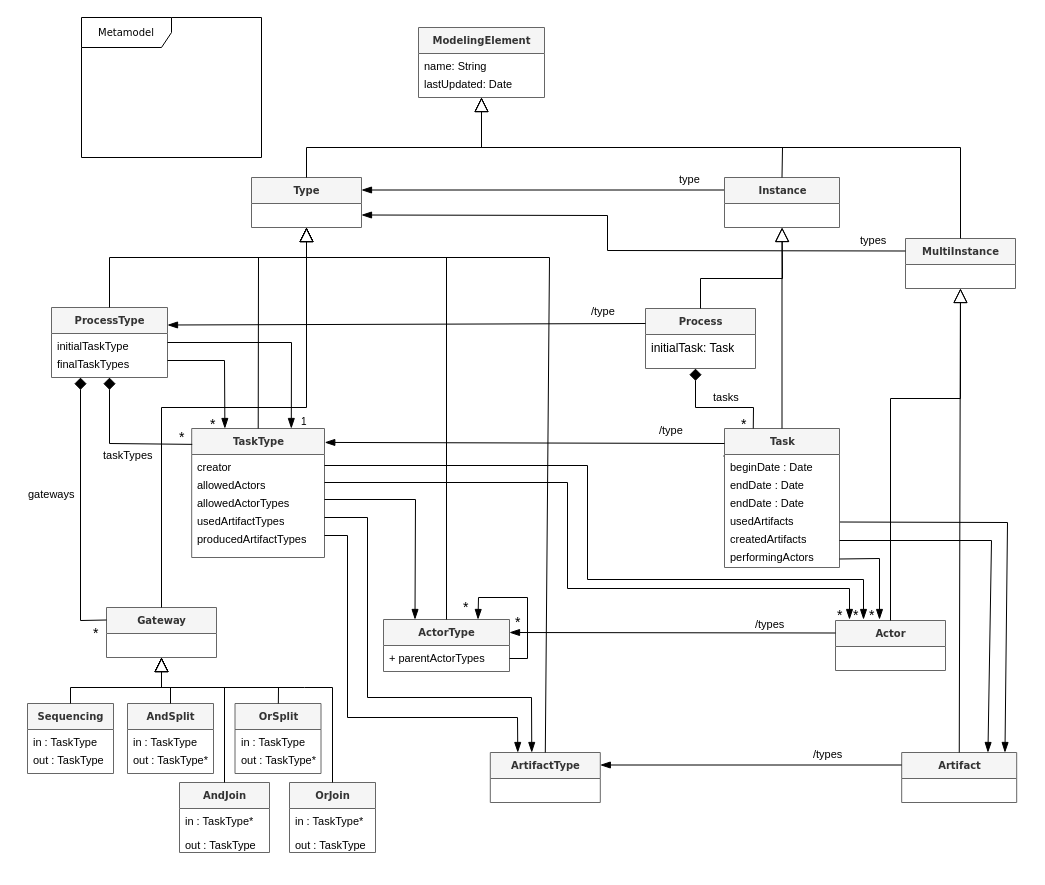
labsticc-p4s/multi-process-challenge keeps this draw.io diagram as Figures/Metamodel.drawio. Above is the earlier version. Source tidied: cells renumbered, new cells numbered last; positions are measured from the earlier drawing's top-left corner, leaving out a move shared by most shapes. Both pictures are drawn from the tidied source at 100%, with x=0, y=0 at pixel (22, 17).
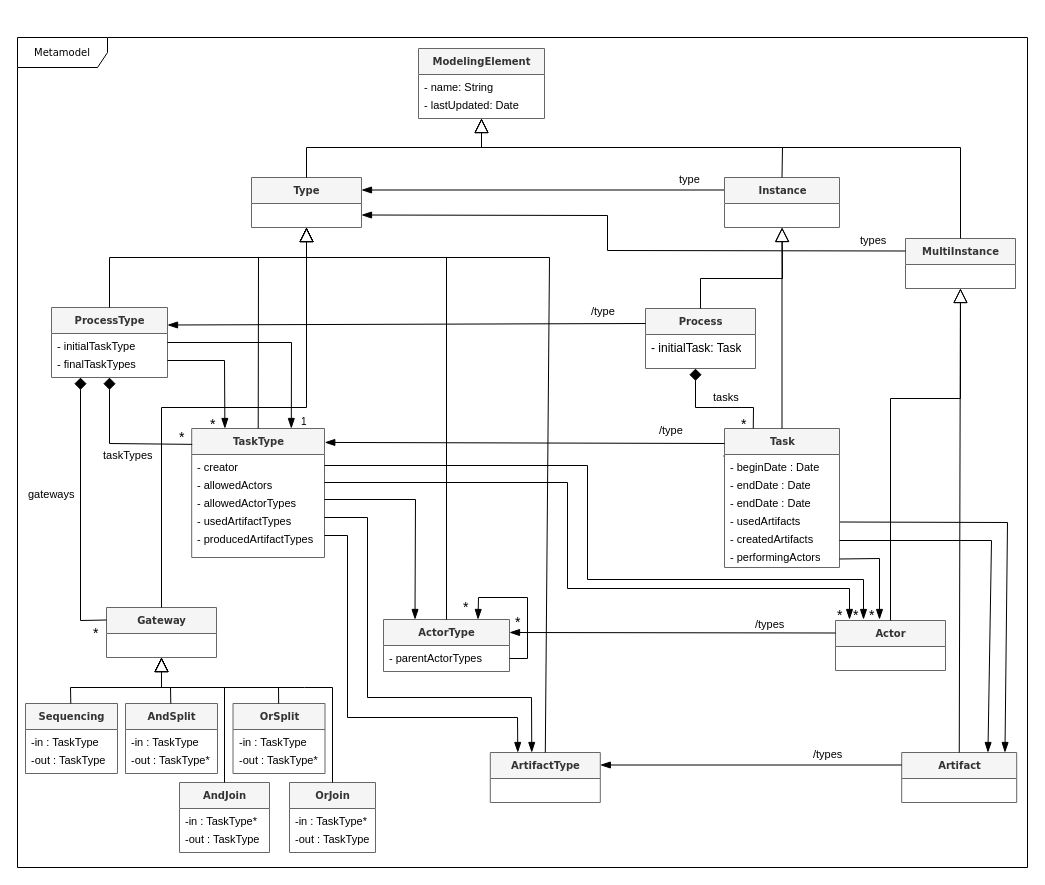
Above is the later version.

Unchanged cells that the change refers to:
```xml
<mxCell id="25" value="&lt;b&gt;ProcessType&lt;/b&gt;" style="swimlane;html=1;fontStyle=0;horizontal=1;startSize=26;fillColor=#f5f5f5;swimlaneFillColor=#ffffff;rounded=0;shadow=0;comic=0;labelBackgroundColor=none;strokeWidth=1;fontFamily=Verdana;fontSize=10;align=center;strokeColor=#666666;fontColor=#333333;" parent="1" vertex="1">
  <mxGeometry x="29" y="290" width="116" height="70" as="geometry" />
</mxCell>
<mxCell id="29" value="&lt;b&gt;TaskType&lt;/b&gt;" style="swimlane;html=1;fontStyle=0;horizontal=1;startSize=26;fillColor=#f5f5f5;swimlaneFillColor=#ffffff;rounded=0;shadow=0;comic=0;labelBackgroundColor=none;strokeWidth=1;fontFamily=Verdana;fontSize=10;align=center;strokeColor=#666666;fontColor=#333333;" parent="1" vertex="1">
  <mxGeometry x="169.2" y="411" width="132.8" height="129" as="geometry" />
</mxCell>
<mxCell id="39" value="&lt;b&gt;ActorType&lt;/b&gt;" style="swimlane;html=1;fontStyle=0;horizontal=1;startSize=26;fillColor=#f5f5f5;swimlaneFillColor=#ffffff;rounded=0;shadow=0;comic=0;labelBackgroundColor=none;strokeWidth=1;fontFamily=Verdana;fontSize=10;align=center;strokeColor=#666666;fontColor=#333333;" parent="1" vertex="1">
  <mxGeometry x="361" y="602" width="126" height="52" as="geometry" />
</mxCell>
<mxCell id="47" value="&lt;b&gt;Process&lt;/b&gt;" style="swimlane;html=1;fontStyle=0;horizontal=1;startSize=26;fillColor=#f5f5f5;swimlaneFillColor=#ffffff;rounded=0;shadow=0;comic=0;labelBackgroundColor=none;strokeWidth=1;fontFamily=Verdana;fontSize=10;align=center;strokeColor=#666666;fontColor=#333333;" parent="1" vertex="1">
  <mxGeometry x="623" y="291" width="110" height="60" as="geometry" />
</mxCell>
<mxCell id="51" value="&lt;b&gt;Task&lt;/b&gt;" style="swimlane;html=1;fontStyle=0;horizontal=1;startSize=26;fillColor=#f5f5f5;swimlaneFillColor=#ffffff;rounded=0;shadow=0;comic=0;labelBackgroundColor=none;strokeWidth=1;fontFamily=Verdana;fontSize=10;align=center;strokeColor=#666666;fontColor=#333333;" parent="1" vertex="1">
  <mxGeometry x="702" y="411" width="115" height="139" as="geometry" />
</mxCell>
<mxCell id="81" value="&lt;b&gt;AndJoin&lt;/b&gt;" style="swimlane;html=1;fontStyle=0;horizontal=1;startSize=26;fillColor=#f5f5f5;swimlaneFillColor=#ffffff;rounded=0;shadow=0;comic=0;labelBackgroundColor=none;strokeWidth=1;fontFamily=Verdana;fontSize=10;align=center;strokeColor=#666666;fontColor=#333333;" parent="1" vertex="1">
  <mxGeometry x="157" y="765" width="90" height="70" as="geometry" />
</mxCell>
<mxCell id="84" value="&lt;b&gt;OrJoin&lt;/b&gt;" style="swimlane;html=1;fontStyle=0;horizontal=1;startSize=26;fillColor=#f5f5f5;swimlaneFillColor=#ffffff;rounded=0;shadow=0;comic=0;labelBackgroundColor=none;strokeWidth=1;fontFamily=Verdana;fontSize=10;align=center;strokeColor=#666666;fontColor=#333333;" parent="1" vertex="1">
  <mxGeometry x="267" y="765" width="86" height="70" as="geometry" />
</mxCell>
```

Diff of the diagram source:
```diff
@@
     <mxCell id="11" value="Metamodel" style="shape=umlFrame;whiteSpace=wrap;html=1;rounded=0;shadow=0;comic=0;labelBackgroundColor=none;strokeWidth=1;fontFamily=Verdana;fontSize=10;align=center;width=90;height=30;" parent="1" vertex="1">
-      <mxGeometry x="59" width="180" height="140" as="geometry" />
+      <mxGeometry x="-5" y="20" width="1010" height="830" as="geometry" />
     </mxCell>
     <mxCell id="12" value="&lt;b&gt;ModelingElement&lt;/b&gt;" style="swimlane;html=1;fontStyle=0;horizontal=1;startSize=26;fillColor=#f5f5f5;swimlaneFillColor=#ffffff;rounded=0;shadow=0;comic=0;labelBackgroundColor=none;strokeWidth=1;fontFamily=Verdana;fontSize=10;align=center;strokeColor=#666666;fontColor=#333333;" parent="1" vertex="1">
-      <mxGeometry x="396" y="10" width="126" height="70" as="geometry" />
+      <mxGeometry x="396" y="31" width="126" height="70" as="geometry" />
     </mxCell>
-    <mxCell id="13" value="name: String" style="text;html=1;strokeColor=none;fillColor=none;align=left;verticalAlign=top;spacingLeft=4;spacingRight=4;whiteSpace=wrap;overflow=hidden;fontSize=11;" parent="12" vertex="1">
+    <mxCell id="13" value="- name: String" style="text;html=1;strokeColor=none;fillColor=none;align=left;verticalAlign=top;spacingLeft=4;spacingRight=4;whiteSpace=wrap;overflow=hidden;fontSize=11;" parent="12" vertex="1">
       <mxGeometry y="26" width="126" height="18" as="geometry" />
     </mxCell>
-    <mxCell id="14" value="lastUpdated: Date" style="text;html=1;strokeColor=none;fillColor=none;align=left;verticalAlign=top;spacingLeft=4;spacingRight=4;whiteSpace=wrap;overflow=hidden;fontSize=11;" parent="12" vertex="1">
+    <mxCell id="14" value="- lastUpdated: Date" style="text;html=1;strokeColor=none;fillColor=none;align=left;verticalAlign=top;spacingLeft=4;spacingRight=4;whiteSpace=wrap;overflow=hidden;fontSize=11;" parent="12" vertex="1">
       <mxGeometry y="44" width="126" height="18" as="geometry" />
     </mxCell>
@@
-    <mxCell id="26" value="initialTaskType" style="text;html=1;strokeColor=none;fillColor=none;align=left;verticalAlign=top;spacingLeft=4;spacingRight=4;whiteSpace=wrap;overflow=hidden;points=[[0,0.5],[1,0.5]];portConstraint=eastwest;fontSize=11;" parent="25" vertex="1">
+    <mxCell id="26" value="- initialTaskType" style="text;html=1;strokeColor=none;fillColor=none;align=left;verticalAlign=top;spacingLeft=4;spacingRight=4;whiteSpace=wrap;overflow=hidden;points=[[0,0.5],[1,0.5]];portConstraint=eastwest;fontSize=11;" parent="25" vertex="1">
       <mxGeometry y="26" width="116" height="18" as="geometry" />
     </mxCell>
-    <mxCell id="27" value="&lt;div style=&quot;font-size: 11px&quot;&gt;finalTaskTypes&lt;/div&gt;" style="text;html=1;strokeColor=none;fillColor=none;align=left;verticalAlign=top;spacingLeft=4;spacingRight=4;whiteSpace=wrap;overflow=hidden;points=[[0,0.5],[1,0.5]];portConstraint=eastwest;fontSize=11;" parent="25" vertex="1">
+    <mxCell id="27" value="&lt;div style=&quot;font-size: 11px&quot;&gt;- finalTaskTypes&lt;/div&gt;" style="text;html=1;strokeColor=none;fillColor=none;align=left;verticalAlign=top;spacingLeft=4;spacingRight=4;whiteSpace=wrap;overflow=hidden;points=[[0,0.5],[1,0.5]];portConstraint=eastwest;fontSize=11;" parent="25" vertex="1">
       <mxGeometry y="44" width="116" height="18" as="geometry" />
     </mxCell>
@@
-    <mxCell id="30" value="creator" style="text;html=1;strokeColor=none;fillColor=none;align=left;verticalAlign=top;spacingLeft=4;spacingRight=4;whiteSpace=wrap;overflow=hidden;fontSize=11;" parent="29" vertex="1">
+    <mxCell id="30" value="- creator" style="text;html=1;strokeColor=none;fillColor=none;align=left;verticalAlign=top;spacingLeft=4;spacingRight=4;whiteSpace=wrap;overflow=hidden;fontSize=11;" parent="29" vertex="1">
       <mxGeometry y="26" width="132.8" height="18" as="geometry" />
     </mxCell>
-    <mxCell id="31" value="allowedActors" style="text;html=1;strokeColor=none;fillColor=none;align=left;verticalAlign=top;spacingLeft=4;spacingRight=4;whiteSpace=wrap;overflow=hidden;fontSize=11;" parent="29" vertex="1">
+    <mxCell id="31" value="- allowedActors" style="text;html=1;strokeColor=none;fillColor=none;align=left;verticalAlign=top;spacingLeft=4;spacingRight=4;whiteSpace=wrap;overflow=hidden;fontSize=11;" parent="29" vertex="1">
       <mxGeometry y="44" width="132.8" height="18" as="geometry" />
     </mxCell>
-    <mxCell id="32" value="allowedActorTypes" style="text;html=1;strokeColor=none;fillColor=none;align=left;verticalAlign=top;spacingLeft=4;spacingRight=4;whiteSpace=wrap;overflow=hidden;points=[[0,0.5],[1,0.5]];portConstraint=eastwest;fontSize=11;" parent="29" vertex="1">
+    <mxCell id="32" value="- allowedActorTypes" style="text;html=1;strokeColor=none;fillColor=none;align=left;verticalAlign=top;spacingLeft=4;spacingRight=4;whiteSpace=wrap;overflow=hidden;points=[[0,0.5],[1,0.5]];portConstraint=eastwest;fontSize=11;" parent="29" vertex="1">
       <mxGeometry y="62" width="132.8" height="18" as="geometry" />
     </mxCell>
-    <mxCell id="33" value="usedArtifactTypes" style="text;html=1;strokeColor=none;fillColor=none;align=left;verticalAlign=top;spacingLeft=4;spacingRight=4;whiteSpace=wrap;overflow=hidden;points=[[0,0.5],[1,0.5]];portConstraint=eastwest;fontSize=11;" parent="29" vertex="1">
+    <mxCell id="33" value="- usedArtifactTypes" style="text;html=1;strokeColor=none;fillColor=none;align=left;verticalAlign=top;spacingLeft=4;spacingRight=4;whiteSpace=wrap;overflow=hidden;points=[[0,0.5],[1,0.5]];portConstraint=eastwest;fontSize=11;" parent="29" vertex="1">
       <mxGeometry y="80" width="132.8" height="18" as="geometry" />
     </mxCell>
-    <mxCell id="34" value="producedArtifactTypes" style="text;html=1;strokeColor=none;fillColor=none;align=left;verticalAlign=top;spacingLeft=4;spacingRight=4;whiteSpace=wrap;overflow=hidden;points=[[0,0.5],[1,0.5]];portConstraint=eastwest;fontSize=11;" parent="29" vertex="1">
+    <mxCell id="34" value="- producedArtifactTypes" style="text;html=1;strokeColor=none;fillColor=none;align=left;verticalAlign=top;spacingLeft=4;spacingRight=4;whiteSpace=wrap;overflow=hidden;points=[[0,0.5],[1,0.5]];portConstraint=eastwest;fontSize=11;" parent="29" vertex="1">
       <mxGeometry y="98" width="132.8" height="18" as="geometry" />
     </mxCell>
@@
-    <mxCell id="40" value="+ parentActorTypes" style="text;html=1;strokeColor=none;fillColor=none;align=left;verticalAlign=top;spacingLeft=4;spacingRight=4;whiteSpace=wrap;overflow=hidden;fontSize=11;" parent="39" vertex="1">
+    <mxCell id="40" value="- parentActorTypes" style="text;html=1;strokeColor=none;fillColor=none;align=left;verticalAlign=top;spacingLeft=4;spacingRight=4;whiteSpace=wrap;overflow=hidden;fontSize=11;" parent="39" vertex="1">
       <mxGeometry y="26" width="126" height="18" as="geometry" />
     </mxCell>
@@
-    <mxCell id="48" value="initialTask: Task" style="text;html=1;strokeColor=none;fillColor=none;align=left;verticalAlign=top;spacingLeft=4;spacingRight=4;whiteSpace=wrap;overflow=hidden;" parent="47" vertex="1">
+    <mxCell id="48" value="- initialTask: Task" style="text;html=1;strokeColor=none;fillColor=none;align=left;verticalAlign=top;spacingLeft=4;spacingRight=4;whiteSpace=wrap;overflow=hidden;" parent="47" vertex="1">
       <mxGeometry y="26" width="110" height="26" as="geometry" />
     </mxCell>
@@
-    <mxCell id="52" value="beginDate : Date" style="text;html=1;strokeColor=none;fillColor=none;align=left;verticalAlign=top;spacingLeft=4;spacingRight=4;whiteSpace=wrap;overflow=hidden;fontSize=11;" parent="51" vertex="1">
+    <mxCell id="52" value="- beginDate : Date" style="text;html=1;strokeColor=none;fillColor=none;align=left;verticalAlign=top;spacingLeft=4;spacingRight=4;whiteSpace=wrap;overflow=hidden;fontSize=11;" parent="51" vertex="1">
       <mxGeometry y="26" width="115" height="18" as="geometry" />
     </mxCell>
-    <mxCell id="53" value="endDate : Date" style="text;html=1;strokeColor=none;fillColor=none;align=left;verticalAlign=top;spacingLeft=4;spacingRight=4;whiteSpace=wrap;overflow=hidden;fontSize=11;" parent="51" vertex="1">
+    <mxCell id="53" value="- endDate : Date" style="text;html=1;strokeColor=none;fillColor=none;align=left;verticalAlign=top;spacingLeft=4;spacingRight=4;whiteSpace=wrap;overflow=hidden;fontSize=11;" parent="51" vertex="1">
       <mxGeometry y="44" width="115" height="18" as="geometry" />
     </mxCell>
-    <mxCell id="54" value="endDate : Date" style="text;html=1;strokeColor=none;fillColor=none;align=left;verticalAlign=top;spacingLeft=4;spacingRight=4;whiteSpace=wrap;overflow=hidden;fontSize=11;" parent="51" vertex="1">
+    <mxCell id="54" value="- endDate : Date" style="text;html=1;strokeColor=none;fillColor=none;align=left;verticalAlign=top;spacingLeft=4;spacingRight=4;whiteSpace=wrap;overflow=hidden;fontSize=11;" parent="51" vertex="1">
       <mxGeometry y="62" width="115" height="18" as="geometry" />
     </mxCell>
-    <mxCell id="55" value="usedArtifacts" style="text;html=1;strokeColor=none;fillColor=none;align=left;verticalAlign=top;spacingLeft=4;spacingRight=4;whiteSpace=wrap;overflow=hidden;points=[[0,0.5],[1,0.5]];portConstraint=eastwest;fontSize=11;" parent="51" vertex="1">
+    <mxCell id="55" value="- usedArtifacts" style="text;html=1;strokeColor=none;fillColor=none;align=left;verticalAlign=top;spacingLeft=4;spacingRight=4;whiteSpace=wrap;overflow=hidden;points=[[0,0.5],[1,0.5]];portConstraint=eastwest;fontSize=11;" parent="51" vertex="1">
       <mxGeometry y="80" width="115" height="18" as="geometry" />
     </mxCell>
-    <mxCell id="56" value="createdArtifacts" style="text;html=1;strokeColor=none;fillColor=none;align=left;verticalAlign=top;spacingLeft=4;spacingRight=4;whiteSpace=wrap;overflow=hidden;fontSize=11;" parent="51" vertex="1">
+    <mxCell id="56" value="- createdArtifacts" style="text;html=1;strokeColor=none;fillColor=none;align=left;verticalAlign=top;spacingLeft=4;spacingRight=4;whiteSpace=wrap;overflow=hidden;fontSize=11;" parent="51" vertex="1">
       <mxGeometry y="98" width="115" height="18" as="geometry" />
     </mxCell>
-    <mxCell id="57" value="performingActors" style="text;html=1;strokeColor=none;fillColor=none;align=left;verticalAlign=top;spacingLeft=4;spacingRight=4;whiteSpace=wrap;overflow=hidden;points=[[0,0.5],[1,0.5]];portConstraint=eastwest;fontSize=11;" parent="51" vertex="1">
+    <mxCell id="57" value="- performingActors" style="text;html=1;strokeColor=none;fillColor=none;align=left;verticalAlign=top;spacingLeft=4;spacingRight=4;whiteSpace=wrap;overflow=hidden;points=[[0,0.5],[1,0.5]];portConstraint=eastwest;fontSize=11;" parent="51" vertex="1">
       <mxGeometry y="116" width="115" height="18" as="geometry" />
     </mxCell>
@@
     <mxCell id="72" value="&lt;b&gt;Sequencing&lt;/b&gt;" style="swimlane;html=1;fontStyle=0;horizontal=1;startSize=26;fillColor=#f5f5f5;swimlaneFillColor=#ffffff;rounded=0;shadow=0;comic=0;labelBackgroundColor=none;strokeWidth=1;fontFamily=Verdana;fontSize=10;align=center;strokeColor=#666666;fontColor=#333333;" parent="1" vertex="1">
-      <mxGeometry x="5" y="686" width="86" height="70" as="geometry" />
+      <mxGeometry x="3" y="686" width="92" height="70" as="geometry" />
     </mxCell>
-    <mxCell id="73" value="in : TaskType" style="text;html=1;strokeColor=none;fillColor=none;align=left;verticalAlign=top;spacingLeft=4;spacingRight=4;whiteSpace=wrap;overflow=hidden;fontSize=11;" parent="72" vertex="1">
-      <mxGeometry y="26" width="86" height="18" as="geometry" />
+    <mxCell id="73" value="&lt;div&gt;-in : TaskType&lt;/div&gt;" style="text;html=1;strokeColor=none;fillColor=none;align=left;verticalAlign=top;spacingLeft=4;spacingRight=4;whiteSpace=wrap;overflow=hidden;fontSize=11;" parent="72" vertex="1">
+      <mxGeometry y="26" width="92" height="18" as="geometry" />
     </mxCell>
-    <mxCell id="74" value="out : TaskType" style="text;html=1;strokeColor=none;fillColor=none;align=left;verticalAlign=top;spacingLeft=4;spacingRight=4;whiteSpace=wrap;overflow=hidden;fontSize=11;" parent="72" vertex="1">
-      <mxGeometry y="44" width="86" height="18" as="geometry" />
+    <mxCell id="74" value="-out : TaskType" style="text;html=1;strokeColor=none;fillColor=none;align=left;verticalAlign=top;spacingLeft=4;spacingRight=4;whiteSpace=wrap;overflow=hidden;fontSize=11;" parent="72" vertex="1">
+      <mxGeometry y="44" width="92" height="18" as="geometry" />
     </mxCell>
     <mxCell id="75" value="&lt;b&gt;AndSplit&lt;/b&gt;" style="swimlane;html=1;fontStyle=0;horizontal=1;startSize=26;fillColor=#f5f5f5;swimlaneFillColor=#ffffff;rounded=0;shadow=0;comic=0;labelBackgroundColor=none;strokeWidth=1;fontFamily=Verdana;fontSize=10;align=center;strokeColor=#666666;fontColor=#333333;" parent="1" vertex="1">
-      <mxGeometry x="105" y="686" width="86" height="70" as="geometry" />
+      <mxGeometry x="103" y="686" width="92" height="70" as="geometry" />
     </mxCell>
-    <mxCell id="76" value="in : TaskType" style="text;html=1;strokeColor=none;fillColor=none;align=left;verticalAlign=top;spacingLeft=4;spacingRight=4;whiteSpace=wrap;overflow=hidden;fontSize=11;" parent="75" vertex="1">
-      <mxGeometry y="26" width="86" height="18" as="geometry" />
+    <mxCell id="76" value="-in : TaskType" style="text;html=1;strokeColor=none;fillColor=none;align=left;verticalAlign=top;spacingLeft=4;spacingRight=4;whiteSpace=wrap;overflow=hidden;fontSize=11;" parent="75" vertex="1">
+      <mxGeometry y="26" width="92" height="18" as="geometry" />
     </mxCell>
-    <mxCell id="77" value="out : TaskType*" style="text;html=1;strokeColor=none;fillColor=none;align=left;verticalAlign=top;spacingLeft=4;spacingRight=4;whiteSpace=wrap;overflow=hidden;fontSize=11;" parent="75" vertex="1">
-      <mxGeometry y="44" width="86" height="18" as="geometry" />
+    <mxCell id="77" value="-out : TaskType*" style="text;html=1;strokeColor=none;fillColor=none;align=left;verticalAlign=top;spacingLeft=4;spacingRight=4;whiteSpace=wrap;overflow=hidden;fontSize=11;" parent="75" vertex="1">
+      <mxGeometry y="44" width="92" height="18" as="geometry" />
     </mxCell>
     <mxCell id="78" value="&lt;b&gt;OrSplit&lt;/b&gt;" style="swimlane;html=1;fontStyle=0;horizontal=1;startSize=26;fillColor=#f5f5f5;swimlaneFillColor=#ffffff;rounded=0;shadow=0;comic=0;labelBackgroundColor=none;strokeWidth=1;fontFamily=Verdana;fontSize=10;align=center;strokeColor=#666666;fontColor=#333333;" parent="1" vertex="1">
-      <mxGeometry x="212.5" y="686" width="86" height="70" as="geometry" />
+      <mxGeometry x="210.5" y="686" width="92" height="70" as="geometry" />
     </mxCell>
-    <mxCell id="79" value="in : TaskType" style="text;html=1;strokeColor=none;fillColor=none;align=left;verticalAlign=top;spacingLeft=4;spacingRight=4;whiteSpace=wrap;overflow=hidden;fontSize=11;" parent="78" vertex="1">
-      <mxGeometry y="26" width="86" height="18" as="geometry" />
+    <mxCell id="79" value="-in : TaskType" style="text;html=1;strokeColor=none;fillColor=none;align=left;verticalAlign=top;spacingLeft=4;spacingRight=4;whiteSpace=wrap;overflow=hidden;fontSize=11;" parent="78" vertex="1">
+      <mxGeometry y="26" width="92" height="18" as="geometry" />
     </mxCell>
-    <mxCell id="80" value="out : TaskType*" style="text;html=1;strokeColor=none;fillColor=none;align=left;verticalAlign=top;spacingLeft=4;spacingRight=4;whiteSpace=wrap;overflow=hidden;fontSize=11;" parent="78" vertex="1">
-      <mxGeometry y="44" width="86" height="18" as="geometry" />
+    <mxCell id="80" value="-out : TaskType*" style="text;html=1;strokeColor=none;fillColor=none;align=left;verticalAlign=top;spacingLeft=4;spacingRight=4;whiteSpace=wrap;overflow=hidden;fontSize=11;" parent="78" vertex="1">
+      <mxGeometry y="44" width="92" height="18" as="geometry" />
     </mxCell>
@@
-    <mxCell id="82" value="in : TaskType*" style="text;html=1;strokeColor=none;fillColor=none;align=left;verticalAlign=top;spacingLeft=4;spacingRight=4;whiteSpace=wrap;overflow=hidden;fontSize=11;" parent="81" vertex="1">
-      <mxGeometry y="26" width="90" height="24" as="geometry" />
+    <mxCell id="82" value="-in : TaskType*" style="text;html=1;strokeColor=none;fillColor=none;align=left;verticalAlign=top;spacingLeft=4;spacingRight=4;whiteSpace=wrap;overflow=hidden;fontSize=11;" parent="81" vertex="1">
+      <mxGeometry y="26" width="90" height="18" as="geometry" />
     </mxCell>
-    <mxCell id="83" value="&lt;div&gt;out : TaskType&lt;/div&gt;&lt;div&gt;&lt;br&gt;&lt;/div&gt;" style="text;html=1;strokeColor=none;fillColor=none;align=left;verticalAlign=top;spacingLeft=4;spacingRight=4;whiteSpace=wrap;overflow=hidden;fontSize=11;" parent="81" vertex="1">
-      <mxGeometry y="50" width="90" height="18" as="geometry" />
+    <mxCell id="83" value="&lt;div&gt;-out : TaskType&lt;/div&gt;&lt;div&gt;&lt;br&gt;&lt;/div&gt;" style="text;html=1;strokeColor=none;fillColor=none;align=left;verticalAlign=top;spacingLeft=4;spacingRight=4;whiteSpace=wrap;overflow=hidden;fontSize=11;" parent="81" vertex="1">
+      <mxGeometry y="44" width="90" height="18" as="geometry" />
     </mxCell>
@@
-    <mxCell id="85" value="in : TaskType*" style="text;html=1;strokeColor=none;fillColor=none;align=left;verticalAlign=top;spacingLeft=4;spacingRight=4;whiteSpace=wrap;overflow=hidden;fontSize=11;" parent="84" vertex="1">
-      <mxGeometry y="26" width="86" height="24" as="geometry" />
+    <mxCell id="85" value="-in : TaskType*" style="text;html=1;strokeColor=none;fillColor=none;align=left;verticalAlign=top;spacingLeft=4;spacingRight=4;whiteSpace=wrap;overflow=hidden;fontSize=11;" parent="84" vertex="1">
+      <mxGeometry y="26" width="86" height="18" as="geometry" />
     </mxCell>
-    <mxCell id="86" value="&lt;div&gt;out : TaskType&lt;/div&gt;&lt;div&gt;&lt;br&gt;&lt;/div&gt;" style="text;html=1;strokeColor=none;fillColor=none;align=left;verticalAlign=top;spacingLeft=4;spacingRight=4;whiteSpace=wrap;overflow=hidden;fontSize=11;" parent="84" vertex="1">
-      <mxGeometry y="50" width="86" height="18" as="geometry" />
+    <mxCell id="86" value="&lt;div&gt;-out : TaskType&lt;/div&gt;&lt;div&gt;&lt;br&gt;&lt;/div&gt;" style="text;html=1;strokeColor=none;fillColor=none;align=left;verticalAlign=top;spacingLeft=4;spacingRight=4;whiteSpace=wrap;overflow=hidden;fontSize=11;" parent="84" vertex="1">
+      <mxGeometry y="44" width="86" height="18" as="geometry" />
     </mxCell>
```
